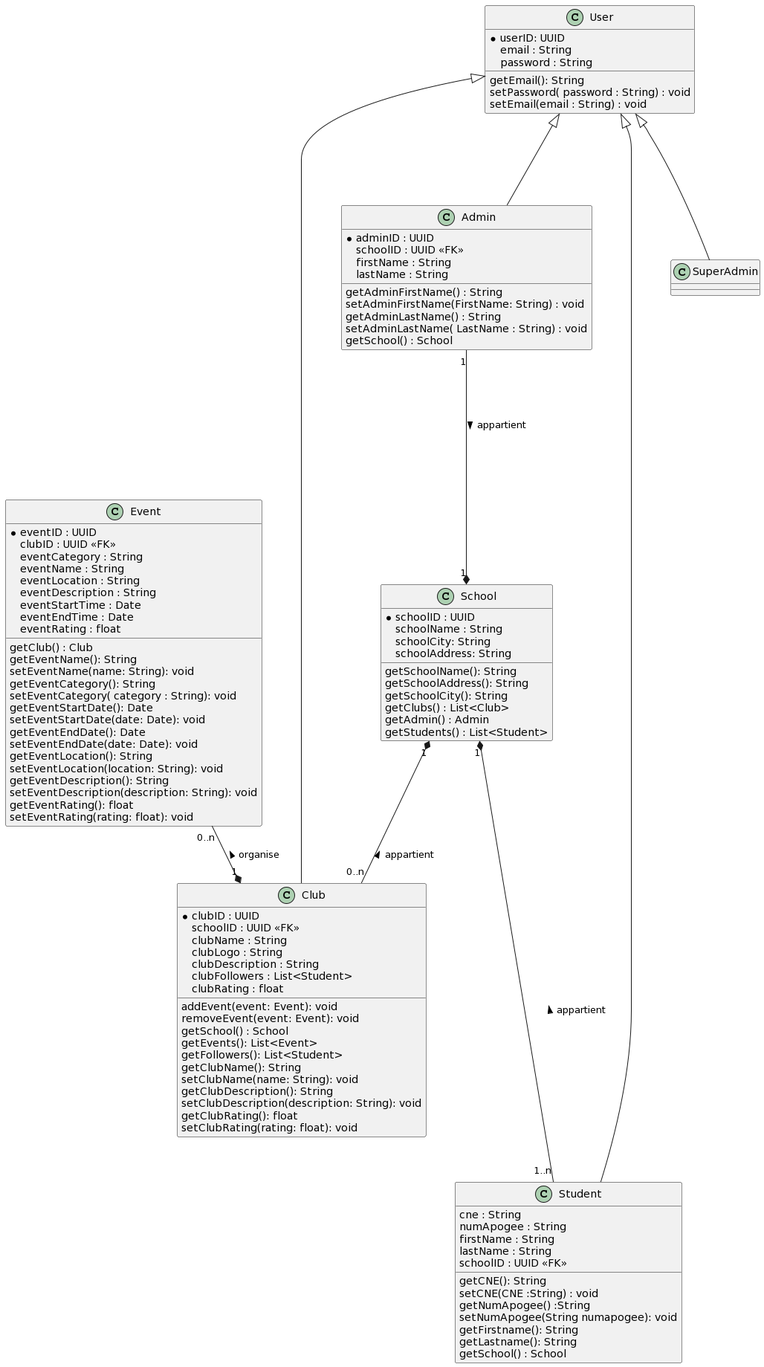
Above: UML Diagrams/class diagram.png in m-elhamlaoui/development-platform-biog (PlantUML), before the change.
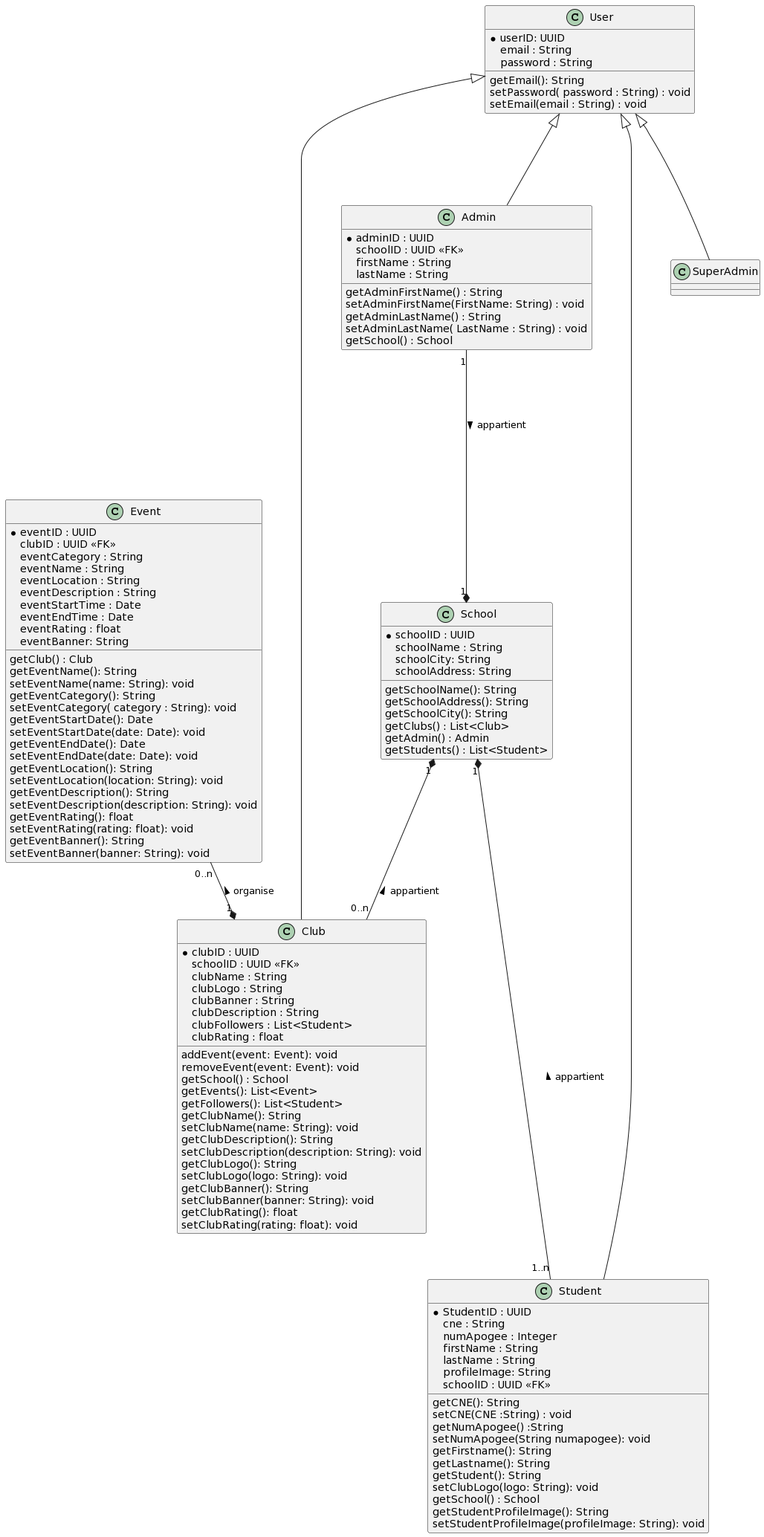
Above is the later version.

What changed in the source:
```diff
@@ -1,101 +1,117 @@
 @startuml
-class           School {
-  *schoolID : UUID
-  schoolName : String
-  schoolCity: String
-  schoolAddress: String
-  getSchoolName(): String
-  getSchoolAddress(): String
-  getSchoolCity(): String
-  getClubs() : List<Club>
-  getAdmin() : Admin
-  getStudents() : List<Student>
-}
-class           Event {
-  *eventID : UUID
-  clubID : UUID <<FK>>
-  eventCategory : String
-  eventName : String
-  eventLocation : String
-  eventDescription : String
-  eventStartTime : Date
-  eventEndTime : Date
-  eventRating : float
-  getClub() : Club
-  getEventName(): String
-  setEventName(name: String): void
-  getEventCategory(): String
-  setEventCategory( category : String): void
-  getEventStartDate(): Date
-  setEventStartDate(date: Date): void
-  getEventEndDate(): Date
-  setEventEndDate(date: Date): void
-  getEventLocation(): String
-  setEventLocation(location: String): void
-  getEventDescription(): String
-  setEventDescription(description: String): void
-  getEventRating(): float
-  setEventRating(rating: float): void
+class School {
+* schoolID : UUID
+schoolName : String
+schoolCity: String
+schoolAddress: String
+getSchoolName(): String
+getSchoolAddress(): String
+getSchoolCity(): String
+getClubs() : List<Club>
+getAdmin() : Admin
+getStudents() : List<Student>
 }
 
-class   Club{
-  *clubID : UUID
-  schoolID : UUID <<FK>>
-  clubName : String
-  clubLogo : String
-  clubDescription : String
-  clubFollowers : List<Student>
-  clubRating : float
-  addEvent(event: Event): void
-  removeEvent(event: Event): void
-  getSchool() : School
-  getEvents(): List<Event>
-  getFollowers(): List<Student>
-  getClubName(): String
-  setClubName(name: String): void
-  getClubDescription(): String
-  setClubDescription(description: String): void
-  getClubRating(): float
-  setClubRating(rating: float): void
+class Event {
+* eventID : UUID
+clubID : UUID <<FK>>
+eventCategory : String
+eventName : String
+eventLocation : String
+eventDescription : String
+eventStartTime : Date
+eventEndTime : Date
+eventRating : float
+eventBanner: String
+getClub() : Club
+getEventName(): String
+setEventName(name: String): void
+getEventCategory(): String
+setEventCategory( category : String): void
+getEventStartDate(): Date
+setEventStartDate(date: Date): void
+getEventEndDate(): Date
+setEventEndDate(date: Date): void
+getEventLocation(): String
+setEventLocation(location: String): void
+getEventDescription(): String
+setEventDescription(description: String): void
+getEventRating(): float
+setEventRating(rating: float): void
+getEventBanner(): String
+setEventBanner(banner: String): void
 }
 
-class    User{
-  *userID: UUID
-  email : String
-  password : String
-  getEmail(): String
-  setPassword( password : String) : void
-  setEmail(email : String) : void
+class Club{
+* clubID : UUID
+schoolID : UUID <<FK>>
+clubName : String
+clubLogo : String
+clubBanner : String
+clubDescription : String
+clubFollowers : List<Student>
+clubRating : float
+addEvent(event: Event): void
+removeEvent(event: Event): void
+getSchool() : School
+getEvents(): List<Event>
+getFollowers(): List<Student>
+getClubName(): String
+setClubName(name: String): void
+getClubDescription(): String
+setClubDescription(description: String): void
+getClubLogo(): String
+setClubLogo(logo: String): void
+getClubBanner(): String
+setClubBanner(banner: String): void
+getClubRating(): float
+setClubRating(rating: float): void
 }
 
-class           Admin {
-  *adminID : UUID
-  schoolID : UUID <<FK>>
-  firstName : String
-  lastName : String
-  getAdminFirstName() : String
-  setAdminFirstName(FirstName: String) : void
-  getAdminLastName() : String
-  setAdminLastName( LastName : String) : void
-  getSchool() : School
+class User{
+* userID: UUID
+email : String
+password : String
+getEmail(): String
+setPassword( password : String) : void
+setEmail(email : String) : void
+}
+
+class Admin {
+* adminID : UUID
+schoolID : UUID <<FK>>
+firstName : String
+lastName : String
+getAdminFirstName() : String
+setAdminFirstName(FirstName: String) : void
+getAdminLastName() : String
+setAdminLastName( LastName : String) : void
+getSchool() : School
 }
 
 class Student{
-  cne : String
-  numApogee : String
-  firstName : String
-  lastName : String
-  schoolID : UUID <<FK>>
-  getCNE(): String
-  setCNE(CNE :String) : void
-  getNumApogee() :String
-  setNumApogee(String numapogee): void
-  getFirstname(): String
-  getLastname(): String
-  getSchool() : School
+
+* StudentID : UUID
+cne : String
+numApogee : Integer
+firstName : String
+lastName : String
+profileImage: String
+schoolID : UUID <<FK>>
+getCNE(): String
+setCNE(CNE :String) : void
+getNumApogee() :String
+setNumApogee(String numapogee): void
+getFirstname(): String
+getLastname(): String
+getStudent(): String
+setClubLogo(logo: String): void
+getSchool() : School
+getStudentProfileImage(): String
+setStudentProfileImage(profileImage: String): void
 }
 
-class   SuperAdmin {
+class SuperAdmin {
 }
 
 User <|--- SuperAdmin
@@ -103,7 +119,7 @@
 User <|--- Student
 User <|--- Club
 
-Event  "0..n" --* "1" Club : < organise
+Event "0..n" --* "1" Club : < organise
 School "1" *-- "0..n" Club : < appartient
 School "1" *--- "1..n" Student : < appartient
 Admin "1" ----* "1" School : > appartient
```
